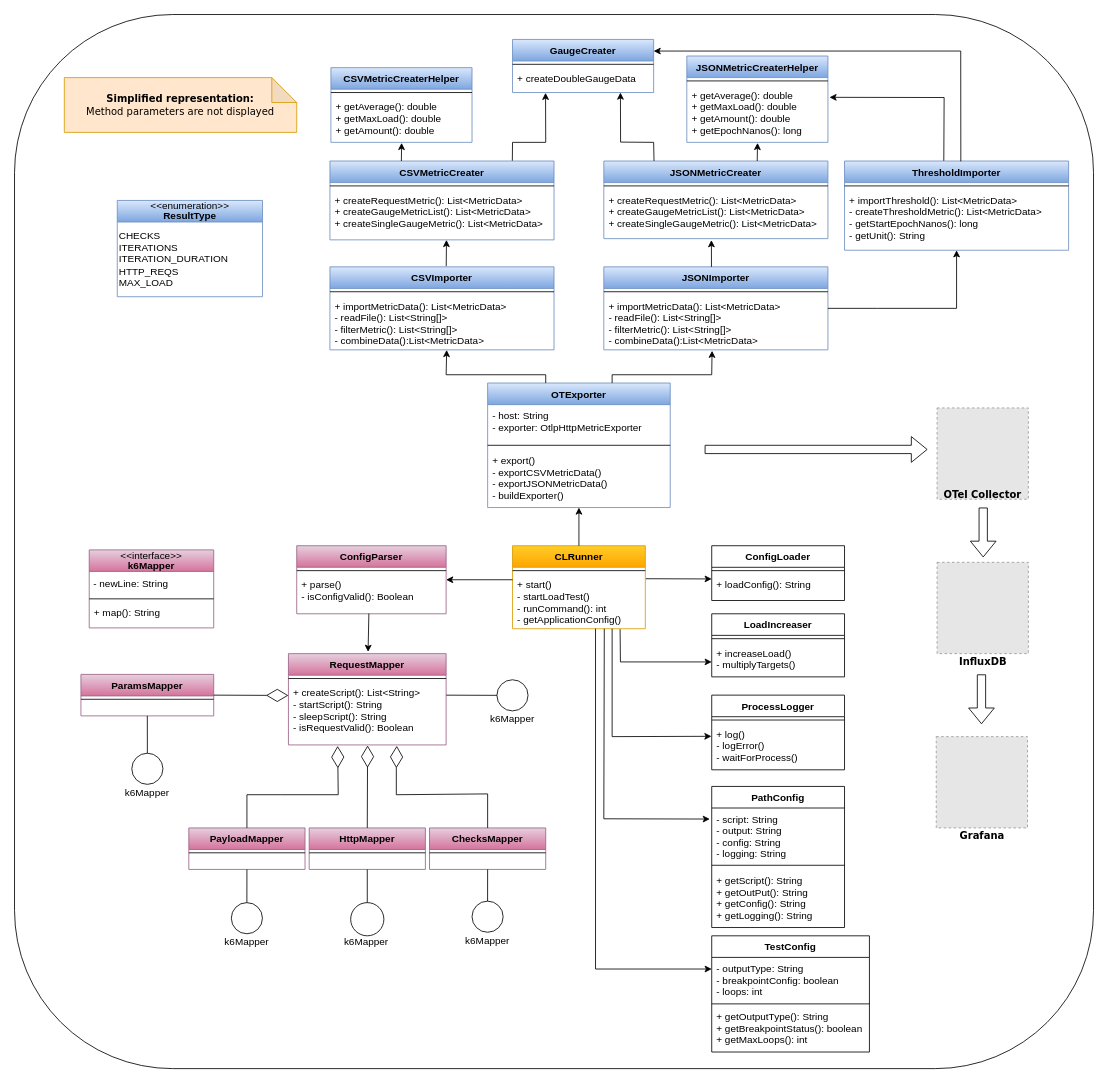
EddeCCC/k6-java-test keeps this draw.io diagram as docu/diagrams/ClassDiagram.drawio. Above is the earlier version. Source tidied: cells renumbered, new cells numbered last; positions are measured from the earlier drawing's top-left corner, leaving out a move shared by most shapes. Both pictures are drawn from the tidied source at 83%, with x=0, y=0 at pixel (14, 14). Pictures stored in the file or linked from it are replaced by grey dashed boxes.
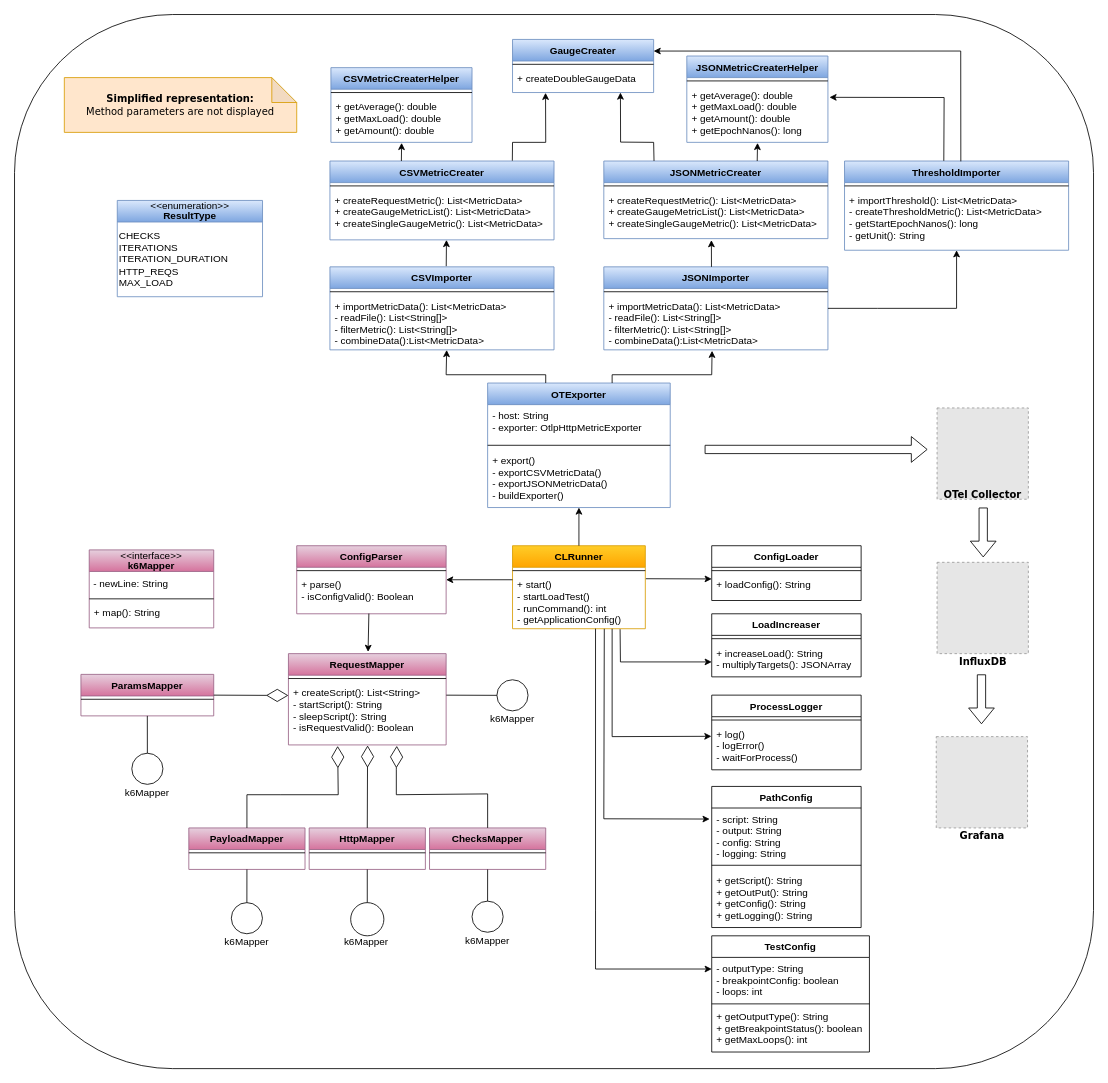
The same page after the edit.

Change to the diagram source:
```diff
@@
     <mxCell id="10" value="ConfigLoader" style="swimlane;fontStyle=1;align=center;verticalAlign=top;horizontal=1;startSize=26;rounded=0;shadow=0;strokeWidth=1;" parent="1" vertex="1">
-      <mxGeometry x="840" y="640" width="160" height="66" as="geometry" />
+      <mxGeometry x="840" y="640" width="180" height="66" as="geometry" />
     </mxCell>
     <mxCell id="11" style="line;html=1;strokeWidth=1;align=left;verticalAlign=middle;spacingTop=-1;spacingLeft=3;spacingRight=3;labelPosition=right;" parent="10" vertex="1">
-      <mxGeometry y="26" width="160" height="8" as="geometry" />
+      <mxGeometry y="26" width="180" height="8" as="geometry" />
     </mxCell>
     <mxCell id="12" value="+ loadConfig(): String" style="text;align=left;verticalAlign=top;spacingLeft=4;spacingRight=4;overflow=hidden;points=[[0,0.5],[1,0.5]];portConstraint=eastwest;" parent="10" vertex="1">
-      <mxGeometry y="34" width="160" height="32" as="geometry" />
+      <mxGeometry y="34" width="180" height="32" as="geometry" />
     </mxCell>
     <mxCell id="13" value="PathConfig" style="swimlane;fontStyle=1;align=center;verticalAlign=top;horizontal=1;startSize=26;rounded=0;shadow=0;strokeWidth=1;" parent="1" vertex="1">
-      <mxGeometry x="840" y="930" width="160" height="170" as="geometry" />
+      <mxGeometry x="840" y="930" width="180" height="170" as="geometry" />
     </mxCell>
     <mxCell id="14" value="- script: String&#10;- output: String&#10;- config: String&#10;- logging: String&#10;" style="text;align=left;verticalAlign=top;spacingLeft=4;spacingRight=4;overflow=hidden;points=[[0,0.5],[1,0.5]];portConstraint=eastwest;" parent="13" vertex="1">
-      <mxGeometry y="26" width="160" height="64" as="geometry" />
+      <mxGeometry y="26" width="180" height="64" as="geometry" />
     </mxCell>
     <mxCell id="15" style="line;html=1;strokeWidth=1;align=left;verticalAlign=middle;spacingTop=-1;spacingLeft=3;spacingRight=3;labelPosition=right;" parent="13" vertex="1">
-      <mxGeometry y="90" width="160" height="10" as="geometry" />
+      <mxGeometry y="90" width="180" height="10" as="geometry" />
     </mxCell>
     <mxCell id="16" value="+ getScript(): String&#10;+ getOutPut(): String&#10;+ getConfig(): String&#10;+ getLogging(): String&#10;" style="text;align=left;verticalAlign=top;spacingLeft=4;spacingRight=4;overflow=hidden;" parent="13" vertex="1">
-      <mxGeometry y="100" width="160" height="70" as="geometry" />
+      <mxGeometry y="100" width="180" height="70" as="geometry" />
     </mxCell>
     <mxCell id="17" value="ProcessLogger" style="swimlane;fontStyle=1;align=center;verticalAlign=top;horizontal=1;startSize=26;rounded=0;shadow=0;strokeWidth=1;" parent="1" vertex="1">
-      <mxGeometry x="840" y="820" width="160" height="90" as="geometry" />
+      <mxGeometry x="840" y="820" width="180" height="90" as="geometry" />
     </mxCell>
     <mxCell id="18" style="line;html=1;strokeWidth=1;align=left;verticalAlign=middle;spacingTop=-1;spacingLeft=3;spacingRight=3;labelPosition=right;" parent="17" vertex="1">
-      <mxGeometry y="26" width="160" height="8" as="geometry" />
+      <mxGeometry y="26" width="180" height="8" as="geometry" />
     </mxCell>
     <mxCell id="19" value="+ log()&#10;- logError()&#10;- waitForProcess()&#10;&#10;" style="text;align=left;verticalAlign=top;spacingLeft=4;spacingRight=4;overflow=hidden;points=[[0,0.5],[1,0.5]];portConstraint=eastwest;" parent="17" vertex="1">
-      <mxGeometry y="34" width="160" height="56" as="geometry" />
+      <mxGeometry y="34" width="180" height="56" as="geometry" />
     </mxCell>
@@
     <mxCell id="119" value="LoadIncreaser" style="swimlane;fontStyle=1;align=center;verticalAlign=top;horizontal=1;startSize=26;rounded=0;shadow=0;strokeWidth=1;" parent="1" vertex="1">
-      <mxGeometry x="840" y="722" width="160" height="76" as="geometry" />
+      <mxGeometry x="840" y="722" width="180" height="76" as="geometry" />
     </mxCell>
     <mxCell id="120" style="line;html=1;strokeWidth=1;align=left;verticalAlign=middle;spacingTop=-1;spacingLeft=3;spacingRight=3;labelPosition=right;" parent="119" vertex="1">
-      <mxGeometry y="26" width="160" height="8" as="geometry" />
+      <mxGeometry y="26" width="180" height="8" as="geometry" />
     </mxCell>
-    <mxCell id="121" value="+ increaseLoad()&#10;- multiplyTargets()&#10;&#10;" style="text;align=left;verticalAlign=top;spacingLeft=4;spacingRight=4;overflow=hidden;points=[[0,0.5],[1,0.5]];portConstraint=eastwest;" parent="119" vertex="1">
-      <mxGeometry y="34" width="160" height="40" as="geometry" />
+    <mxCell id="121" value="+ increaseLoad(): String&#10;- multiplyTargets(): JSONArray&#10;&#10;" style="text;align=left;verticalAlign=top;spacingLeft=4;spacingRight=4;overflow=hidden;points=[[0,0.5],[1,0.5]];portConstraint=eastwest;" parent="119" vertex="1">
+      <mxGeometry y="34" width="180" height="40" as="geometry" />
     </mxCell>
```
